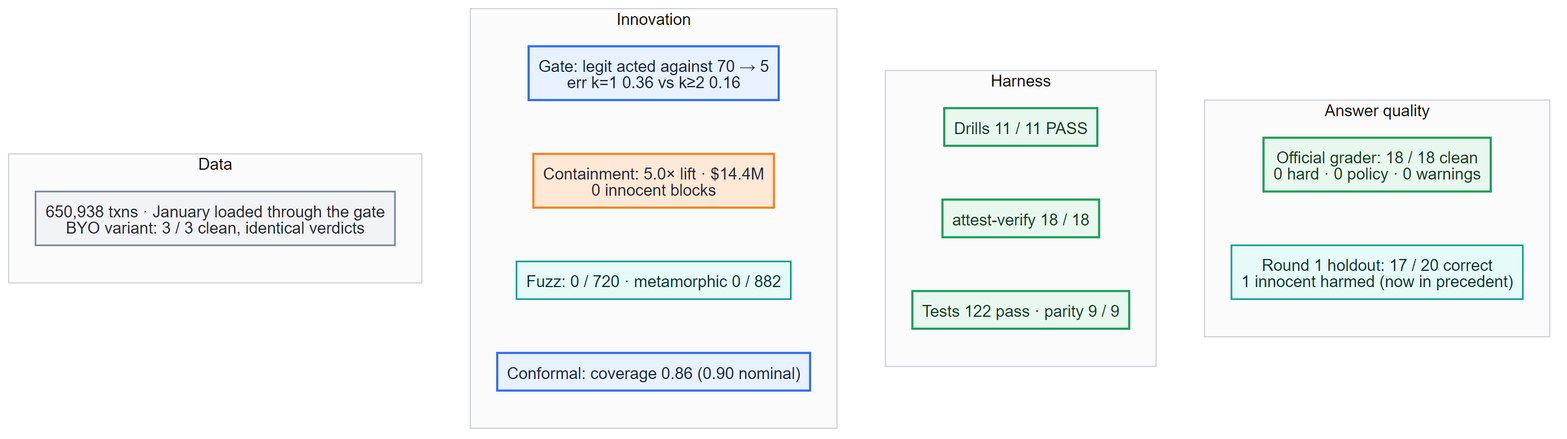
Before: docs/diagrams/16-results.png, a diagram exported from Mermaid (Prayant-M/HackerHouse_TigerGraph). Its source is kept beside it as docs/architecture/src/16-results.mmd. The source it was exported from:
```mermaid
%%{init: {"theme": "base", "themeVariables": {
  "fontFamily": "Arial", "fontSize": "15px",
  "primaryColor": "#FFF4EC", "primaryBorderColor": "#F58220", "primaryTextColor": "#1F2430",
  "lineColor": "#5B6475", "secondaryColor": "#EEF4FF", "tertiaryColor": "#F6F7F9",
  "clusterBkg": "#FBFBFC", "clusterBorder": "#C9CED6"},
  "flowchart": {"htmlLabels": false, "padding": 18, "nodeSpacing": 45, "rankSpacing": 55}}}%%
flowchart TB
  subgraph Q["Answer quality"]
    Q1["Official grader: 18 / 18 clean<br/>0 hard · 0 policy · 0 warnings"]:::ok
    Q2["Round 1 holdout: 17 / 20 correct<br/>1 innocent harmed (now in precedent)"]:::eval
  end
  subgraph H["Harness"]
    H1["Drills 11 / 11 PASS"]:::ok
    H2["attest-verify 18 / 18"]:::ok
    H3["Tests 122 pass · parity 9 / 9"]:::ok
  end
  subgraph I["Innovation"]
    I1["Gate: legit acted against 70 → 5<br/>err k=1 0.36 vs k≥2 0.16"]:::core
    I2["Containment: 5.0× lift · $14.4M<br/>0 innocent blocks"]:::tg
    I3["Fuzz: 0 / 720 · metamorphic 0 / 882"]:::eval
    I4["Conformal: coverage 0.86 (0.90 nominal)"]:::core
  end
  subgraph D["Data"]
    D1["650,938 txns · January loaded through the gate<br/>BYO variant: 3 / 3 clean, identical verdicts"]:::data
  end

classDef tg fill:#FFE8D6,stroke:#F58220,stroke-width:2px,color:#1F2430;
classDef core fill:#E8F1FF,stroke:#2F6FEB,stroke-width:2px,color:#10233F;
classDef llm fill:#F3E8FF,stroke:#8B5CF6,stroke-width:1.5px,color:#2A1450,stroke-dasharray:4 3;
classDef guard fill:#FFECEC,stroke:#D64545,stroke-width:2px,color:#4A1010;
classDef ok fill:#E9F8EF,stroke:#1E9E5A,stroke-width:2px,color:#0D3B22;
classDef human fill:#FFF8DB,stroke:#C79A00,stroke-width:2px,color:#3A2E00;
classDef data fill:#F1F3F6,stroke:#7A8394,stroke-width:1.5px,color:#1F2430;
classDef eval fill:#E6FAF8,stroke:#0F9D8F,stroke-width:1.5px,color:#08332F;
```
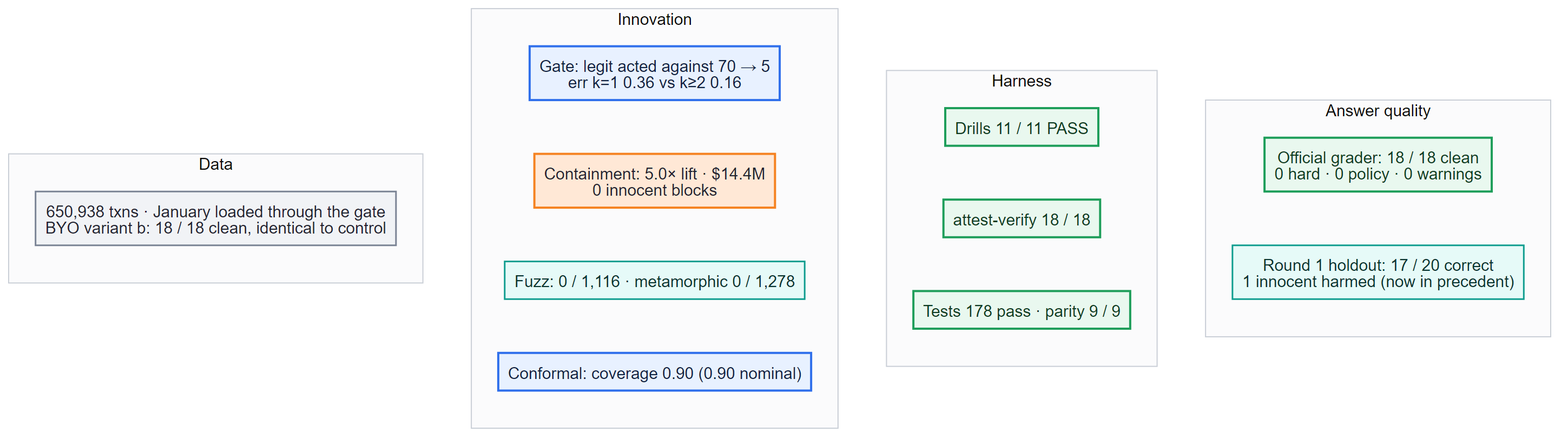
The same file after the commit.

What changed in the source:
```diff
@@ -12,16 +12,16 @@
   subgraph H["Harness"]
     H1["Drills 11 / 11 PASS"]:::ok
     H2["attest-verify 18 / 18"]:::ok
-    H3["Tests 122 pass · parity 9 / 9"]:::ok
+    H3["Tests 178 pass · parity 9 / 9"]:::ok
   end
   subgraph I["Innovation"]
     I1["Gate: legit acted against 70 → 5<br/>err k=1 0.36 vs k≥2 0.16"]:::core
     I2["Containment: 5.0× lift · $14.4M<br/>0 innocent blocks"]:::tg
-    I3["Fuzz: 0 / 720 · metamorphic 0 / 882"]:::eval
-    I4["Conformal: coverage 0.86 (0.90 nominal)"]:::core
+    I3["Fuzz: 0 / 1,116 · metamorphic 0 / 1,278"]:::eval
+    I4["Conformal: coverage 0.90 (0.90 nominal)"]:::core
   end
   subgraph D["Data"]
-    D1["650,938 txns · January loaded through the gate<br/>BYO variant: 3 / 3 clean, identical verdicts"]:::data
+    D1["650,938 txns · January loaded through the gate<br/>BYO variant b: 18 / 18 clean, identical to control"]:::data
   end
 
 classDef tg fill:#FFE8D6,stroke:#F58220,stroke-width:2px,color:#1F2430;
```
